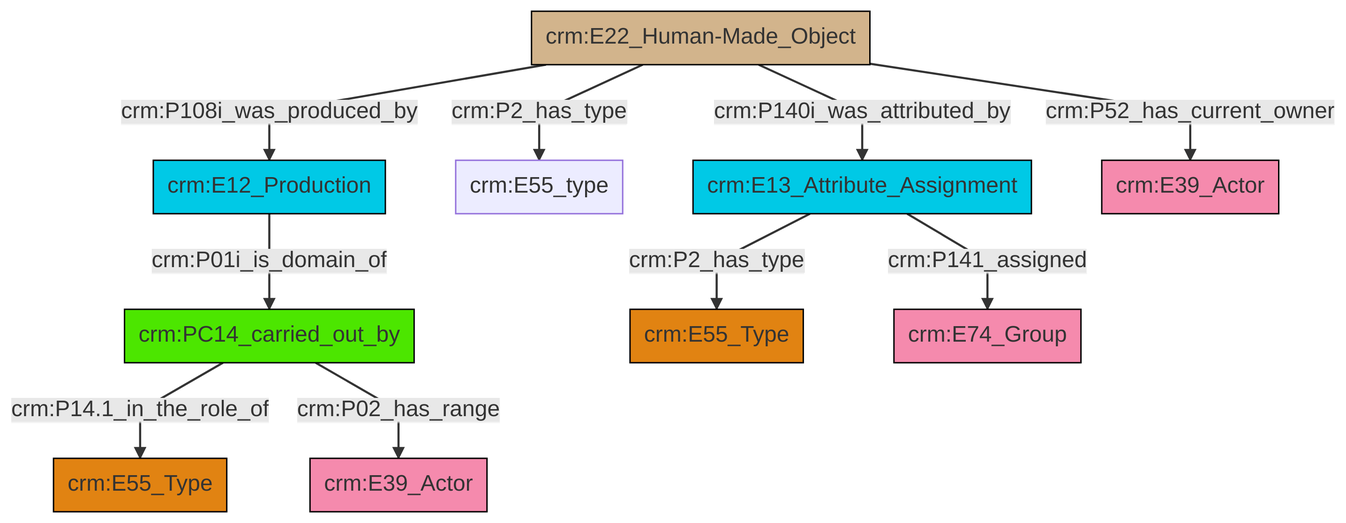
Above: et/builtWorkCSV/ttl/mmd/png/Built_Work_actor_relations.png in swiss-art-research-net/docs.swissartresearch (Mermaid), before the change. Its source is kept beside it as et/builtWorkCSV/ttl/mmd/Built_Work_actor_relations.ttl.mmd.
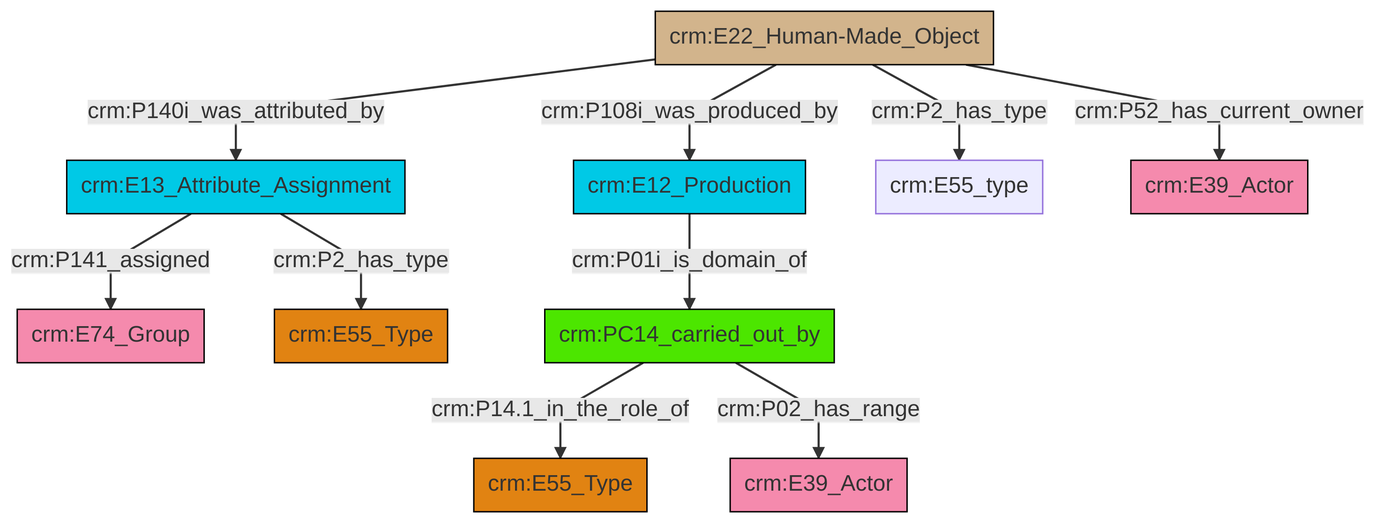
After the commit.

Diff of the diagram source:
```diff
@@ -13,12 +13,12 @@
 classDef PC_Classes fill:#4ce600, stroke:#000000;
 classDef Multi fill:#cccccc,stroke:#000000;
 
-0["crm:PC14_carried_out_by"]:::PC_Classes -->|crm:P14.1_in_the_role_of| 1["crm:E55_Type"]:::Type
-2["crm:E12_Production"]:::Temporal_Entity -->|crm:P01i_is_domain_of| 0["crm:PC14_carried_out_by"]:::PC_Classes
-9["crm:E22_Human-Made_Object"]:::Physical_Thing -->|crm:P140i_was_attributed_by| 10["crm:E13_Attribute_Assignment"]:::Temporal_Entity
-9["crm:E22_Human-Made_Object"]:::Physical_Thing -->|crm:P2_has_type| 7["crm:E55_type"]:::Default
-9["crm:E22_Human-Made_Object"]:::Physical_Thing -->|crm:P108i_was_produced_by| 2["crm:E12_Production"]:::Temporal_Entity
-9["crm:E22_Human-Made_Object"]:::Physical_Thing -->|crm:P52_has_current_owner| 15["crm:E39_Actor"]:::Actor
-10["crm:E13_Attribute_Assignment"]:::Temporal_Entity -->|crm:P141_assigned| 11["crm:E74_Group"]:::Actor
-10["crm:E13_Attribute_Assignment"]:::Temporal_Entity -->|crm:P2_has_type| 4["crm:E55_Type"]:::Type
-0["crm:PC14_carried_out_by"]:::PC_Classes -->|crm:P02_has_range| 18["crm:E39_Actor"]:::Actor
+4["crm:E22_Human-Made_Object"]:::Physical_Thing -->|crm:P140i_was_attributed_by| 5["crm:E13_Attribute_Assignment"]:::Temporal_Entity
+8["crm:PC14_carried_out_by"]:::PC_Classes -->|crm:P14.1_in_the_role_of| 2["crm:E55_Type"]:::Type
+4["crm:E22_Human-Made_Object"]:::Physical_Thing -->|crm:P108i_was_produced_by| 12["crm:E12_Production"]:::Temporal_Entity
+5["crm:E13_Attribute_Assignment"]:::Temporal_Entity -->|crm:P141_assigned| 0["crm:E74_Group"]:::Actor
+8["crm:PC14_carried_out_by"]:::PC_Classes -->|crm:P02_has_range| 6["crm:E39_Actor"]:::Actor
+4["crm:E22_Human-Made_Object"]:::Physical_Thing -->|crm:P2_has_type| 10["crm:E55_type"]:::Default
+5["crm:E13_Attribute_Assignment"]:::Temporal_Entity -->|crm:P2_has_type| 17["crm:E55_Type"]:::Type
+12["crm:E12_Production"]:::Temporal_Entity -->|crm:P01i_is_domain_of| 8["crm:PC14_carried_out_by"]:::PC_Classes
+4["crm:E22_Human-Made_Object"]:::Physical_Thing -->|crm:P52_has_current_owner| 13["crm:E39_Actor"]:::Actor
```
